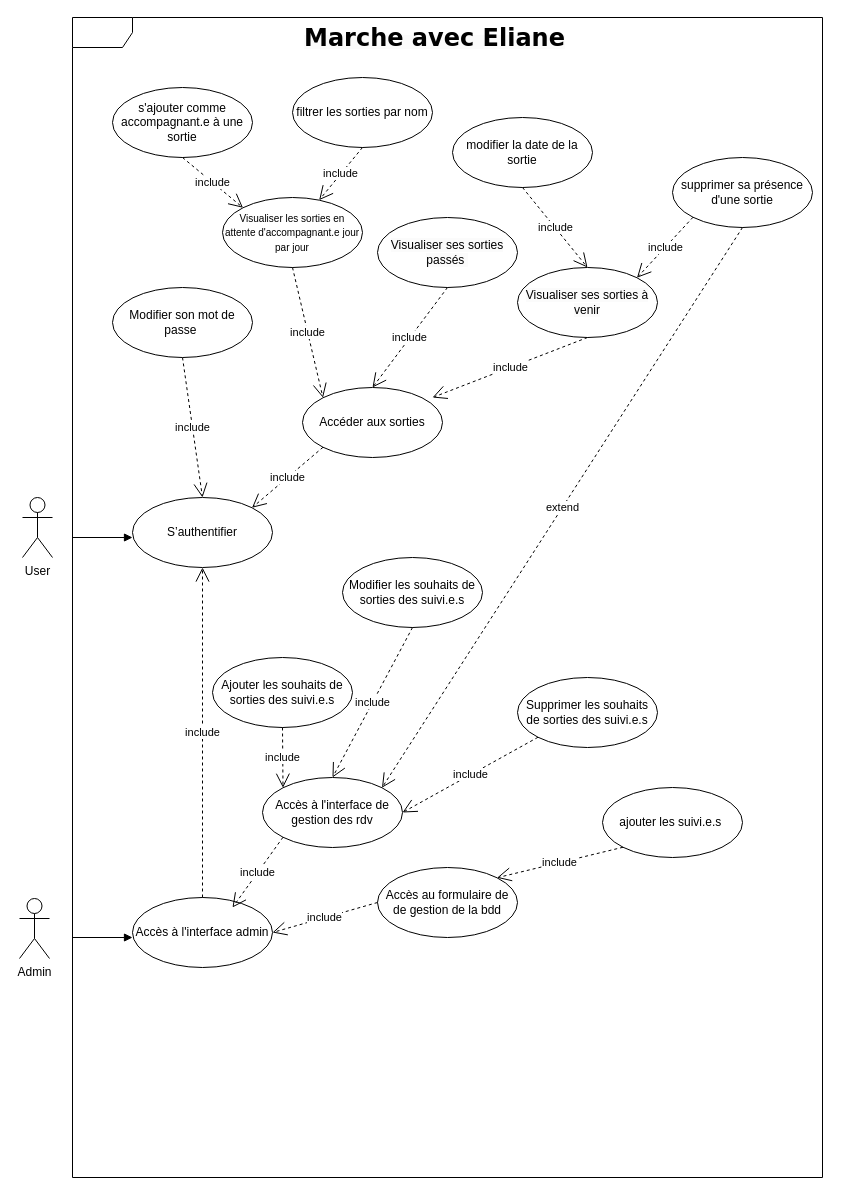
Before: page "UserCaseDiagram_MaE" (4 of 5) of MCD_MaE.drawio in AnneGicquel/MCD_Marche_avec_Eliane, a draw.io diagram. Source tidied: cells renumbered, new cells numbered last; positions are measured from the earlier drawing's top-left corner, leaving out a move shared by most shapes. Both pictures are drawn from the tidied source at 100%, with x=0, y=0 at pixel (19, 17).
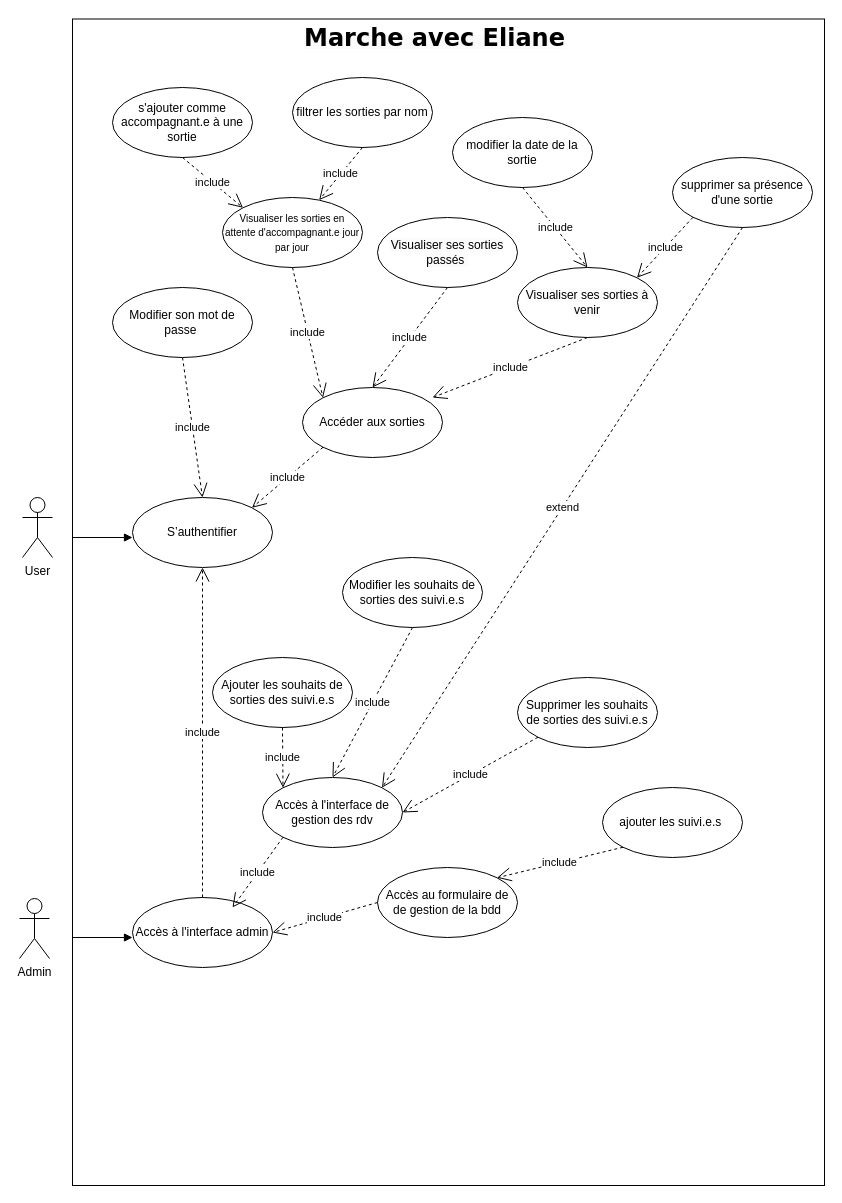
The same page after the edit.

Change to the diagram source:
```diff
@@
+    <mxCell id="42" style="rounded=0;whiteSpace=wrap;html=1;" parent="1" vertex="1">
+      <mxGeometry x="53" y="1.5" width="752" height="1166.5" as="geometry" />
+    </mxCell>
@@
-    <mxCell id="25" style="shape=umlFrame;whiteSpace=wrap;html=1;" parent="1" vertex="1">
-      <mxGeometry x="53" width="750" height="1160" as="geometry" />
-    </mxCell>
```
